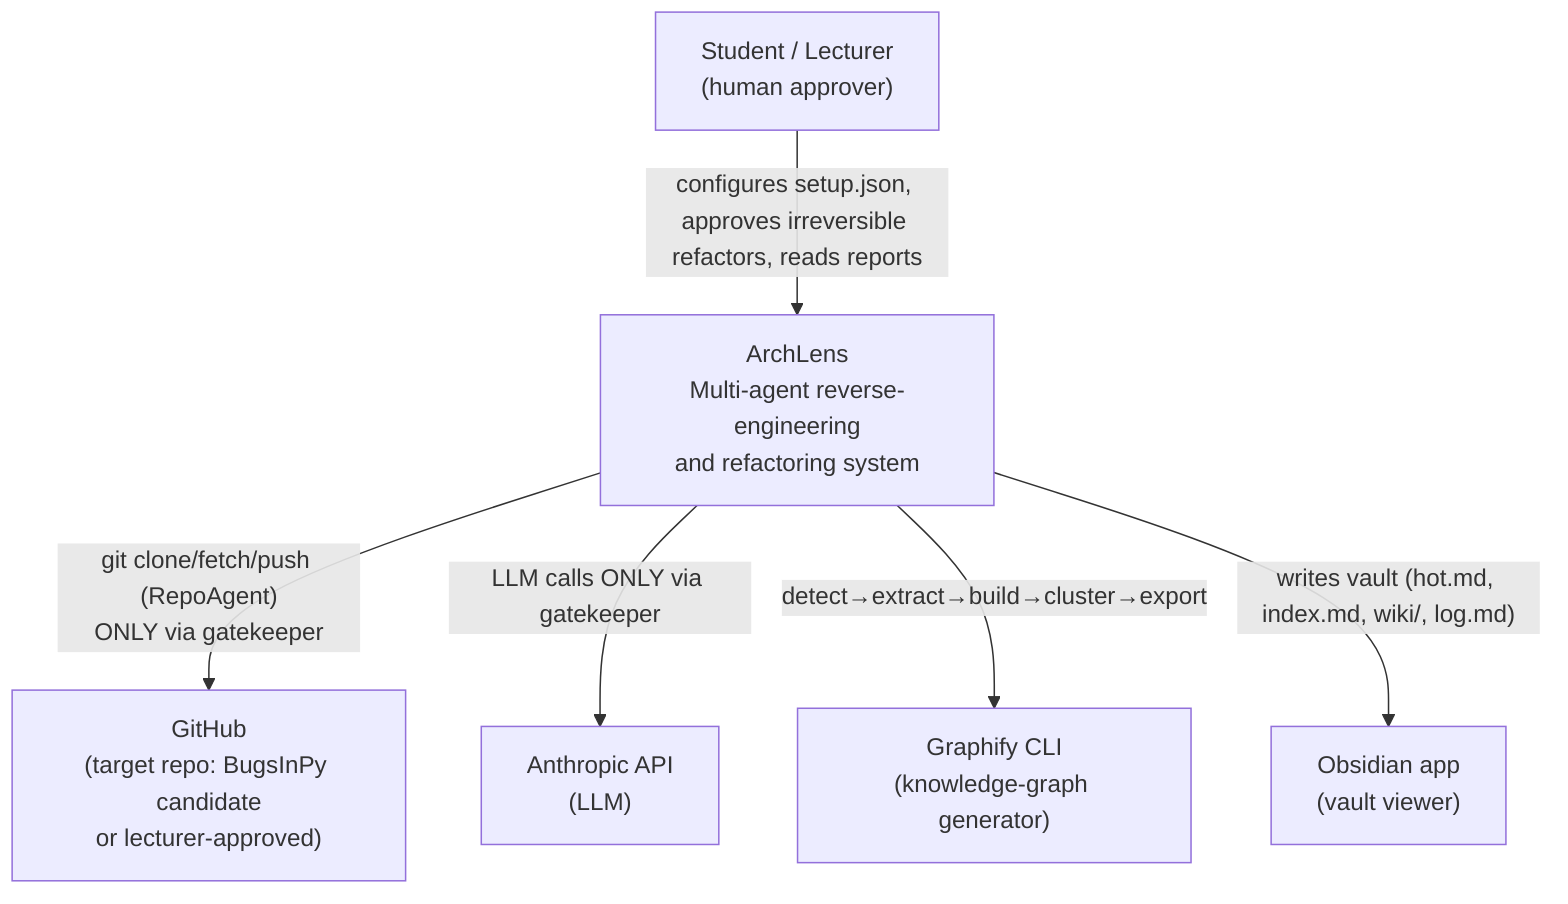
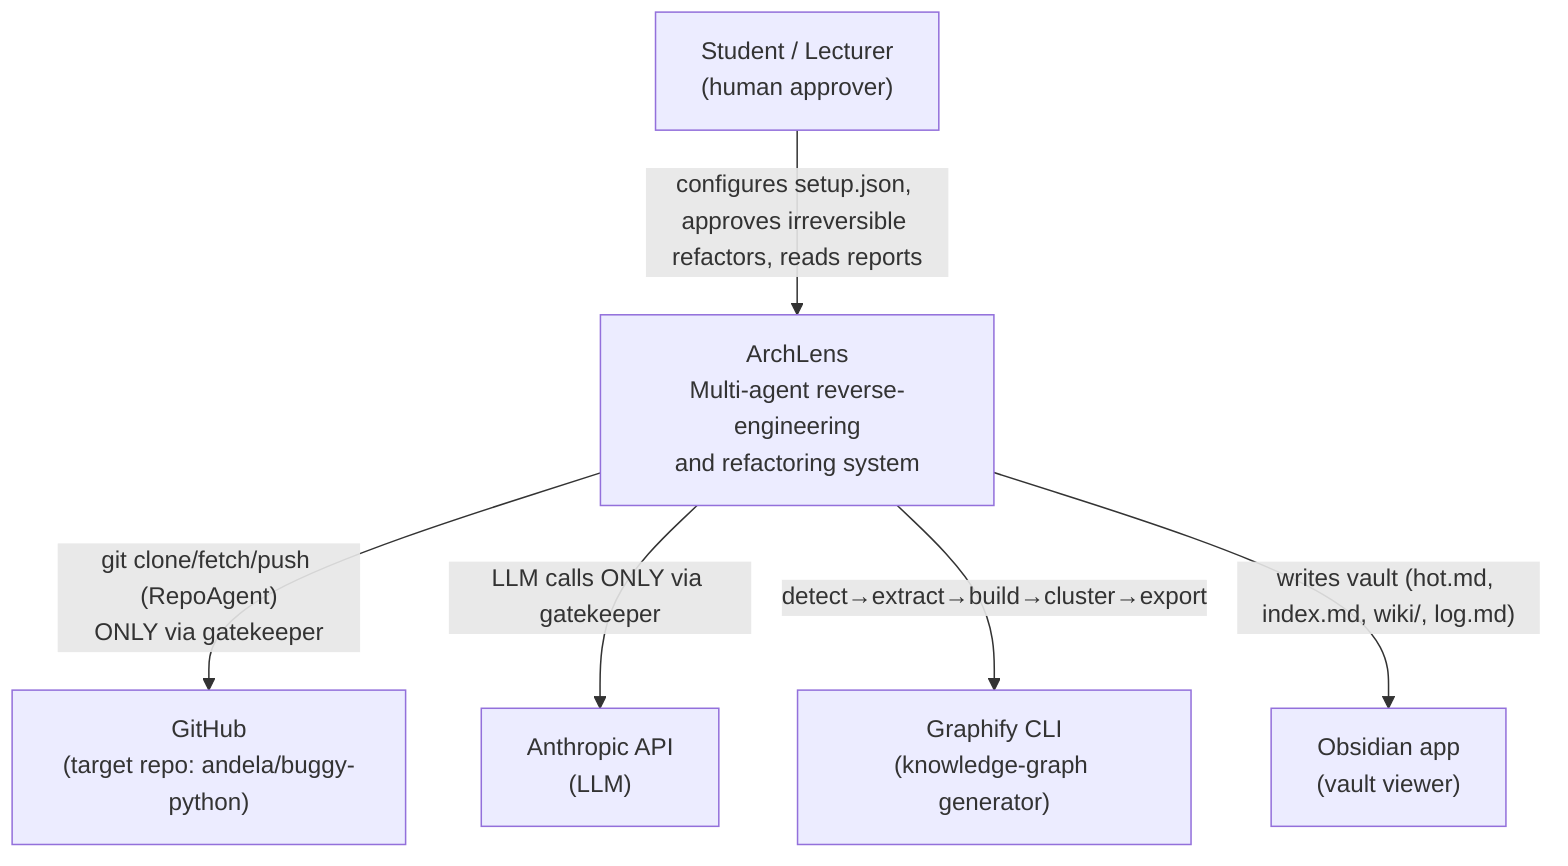
flowchart TB
    student["Student / Lecturer<br/>(human approver)"]
    archlens["ArchLens<br/>Multi-agent reverse-engineering<br/>and refactoring system"]
-     github["GitHub<br/>(target repo: BugsInPy candidate<br/>or lecturer-approved)"]
+     github["GitHub<br/>(target repo: andela/buggy-python)"]
    anthropic["Anthropic API<br/>(LLM)"]
    graphify["Graphify CLI<br/>(knowledge-graph generator)"]
    obsidian["Obsidian app<br/>(vault viewer)"]

    student -- "configures setup.json, approves irreversible refactors, reads reports" --> archlens
    archlens -- "git clone/fetch/push (RepoAgent)<br/>ONLY via gatekeeper" --> github
    archlens -- "LLM calls ONLY via gatekeeper" --> anthropic
    archlens -- "detect→extract→build→cluster→export" --> graphify
    archlens -- "writes vault (hot.md, index.md, wiki/, log.md)" --> obsidian
